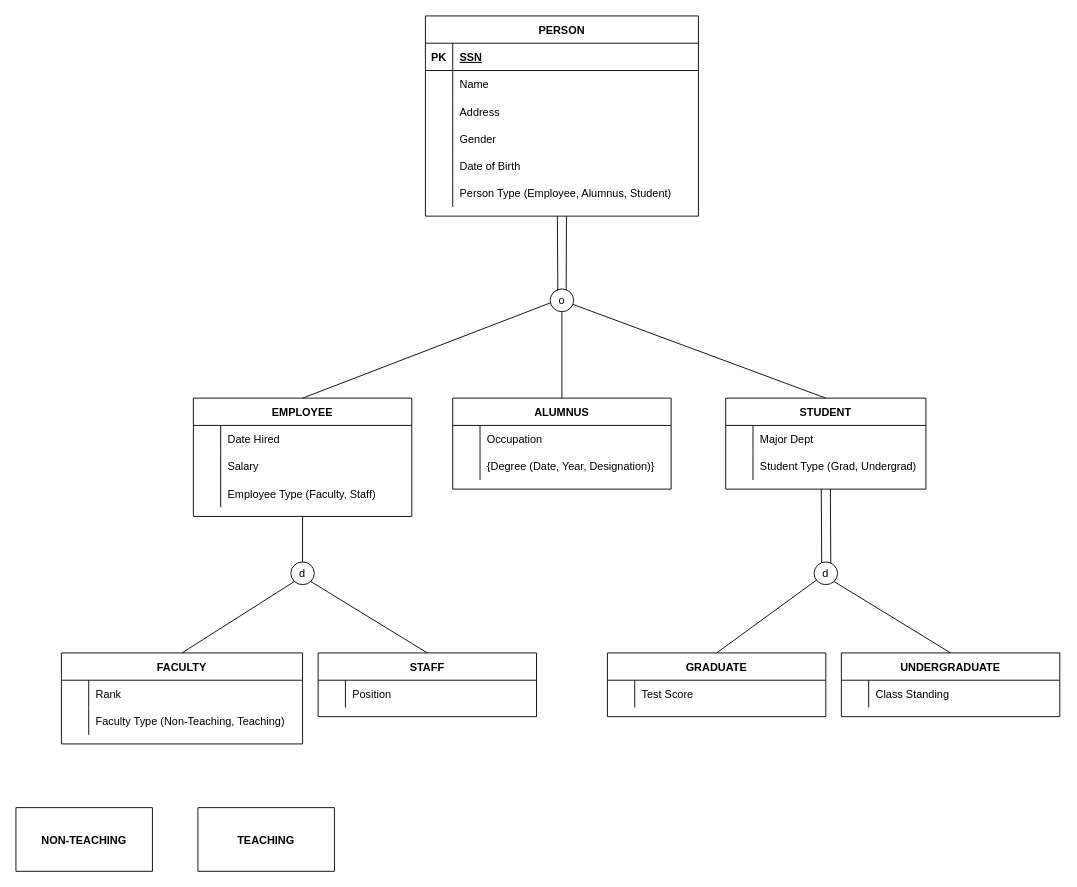
This is EERD.drawio from genebit/draw.io-diagrams, a draw.io file, before an edit. Source tidied: cells renumbered, new cells numbered last; positions are measured from the earlier drawing's top-left corner, leaving out a move shared by most shapes. Both pictures are drawn from the tidied source at 91%, with x=0, y=0 at pixel (15, 15).
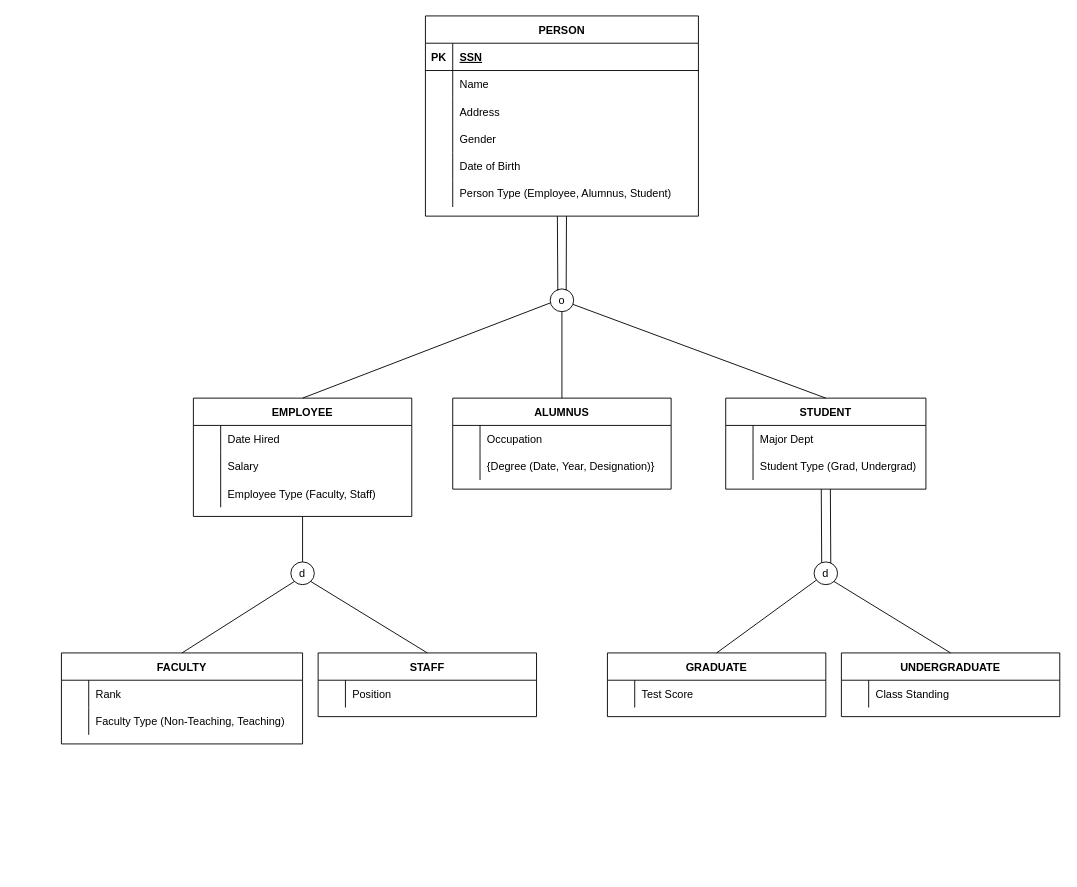
After the change.

Change to the diagram source:
```diff
@@
-    <mxCell id="79" value="NON-TEACHING" style="shape=table;startSize=70;childLayout=tableLayout;rowLines=0;fontStyle=1;align=center;" parent="1" vertex="1">
-      <mxGeometry y="870" width="150" height="70" as="geometry" />
-    </mxCell>
-    <mxCell id="80" value="TEACHING" style="shape=table;startSize=70;childLayout=tableLayout;rowLines=0;fontStyle=1;align=center;" parent="1" vertex="1">
-      <mxGeometry x="200" y="870" width="150" height="70" as="geometry" />
-    </mxCell>
```
